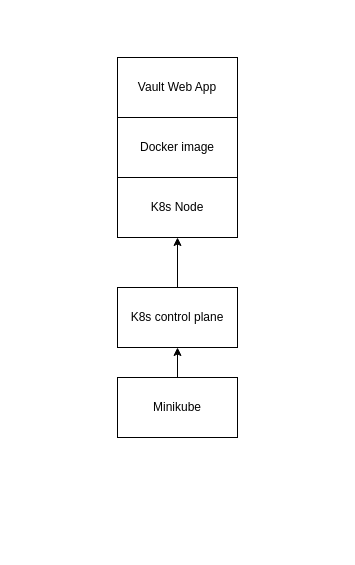
Above: lab1/Диаграмма без названия.drawio in Krylovv/2022_2023-introduction_to_distributed_technologies-k4110c-krylov_a_e (draw.io), before the change. Source tidied: cells renumbered, new cells numbered last; positions are measured from the earlier drawing's top-left corner, leaving out a move shared by most shapes. Both pictures are drawn from the tidied source at 100%, with x=0, y=0 at pixel (117, 57).
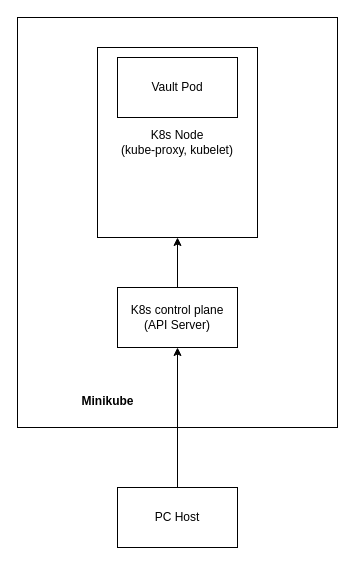
After the change.

Diff of the diagram source:
```diff
@@
 <mxGraphModel>
   <root>
     <mxCell id="0" />
     <mxCell id="1" parent="0" />
-    <mxCell id="2" value="Minikube" style="rounded=0;whiteSpace=wrap;html=1;" parent="1" vertex="1">
-      <mxGeometry y="320" width="120" height="60" as="geometry" />
+    <mxCell id="2" style="rounded=0;whiteSpace=wrap;html=1;" parent="1" vertex="1">
+      <mxGeometry x="-100" y="-40" width="320" height="410" as="geometry" />
     </mxCell>
-    <mxCell id="3" style="endArrow=classic;html=1;rounded=0;exitX=0.5;exitY=0;exitDx=0;exitDy=0;" parent="1" edge="1" source="2" target="4">
-      <mxGeometry relative="1" as="geometry" />
-    </mxCell>
-    <mxCell id="4" value="K8s control plane" style="rounded=0;whiteSpace=wrap;html=1;" parent="1" vertex="1">
+    <mxCell id="4" value="K8s control plane&lt;br&gt;(API Server)" style="rounded=0;whiteSpace=wrap;html=1;" parent="1" vertex="1">
       <mxGeometry y="230" width="120" height="60" as="geometry" />
     </mxCell>
     <mxCell id="5" style="endArrow=classic;html=1;rounded=0;exitX=0.5;exitY=0;exitDx=0;exitDy=0;" parent="1" edge="1" source="4" target="6">
       <mxGeometry relative="1" as="geometry" />
     </mxCell>
-    <mxCell id="6" value="K8s Node" style="rounded=0;whiteSpace=wrap;html=1;" parent="1" vertex="1">
-      <mxGeometry y="120" width="120" height="60" as="geometry" />
+    <mxCell id="6" value="K8s Node&lt;br&gt;(kube-proxy, kubelet)" style="rounded=0;whiteSpace=wrap;html=1;" parent="1" vertex="1">
+      <mxGeometry x="-20" y="-10" width="160" height="190" as="geometry" />
     </mxCell>
-    <mxCell id="7" value="Docker image" style="rounded=0;whiteSpace=wrap;html=1;" parent="1" vertex="1">
-      <mxGeometry y="60" width="120" height="60" as="geometry" />
-    </mxCell>
-    <mxCell id="8" value="Vault Web App" style="rounded=0;whiteSpace=wrap;html=1;" parent="1" vertex="1">
+    <mxCell id="8" value="Vault Pod" style="rounded=0;whiteSpace=wrap;html=1;" parent="1" vertex="1">
       <mxGeometry width="120" height="60" as="geometry" />
     </mxCell>
+    <mxCell id="9" value="PC Host" style="rounded=0;whiteSpace=wrap;html=1;" parent="1" vertex="1">
+      <mxGeometry y="430" width="120" height="60" as="geometry" />
+    </mxCell>
+    <mxCell id="10" style="endArrow=classic;html=1;rounded=0;exitX=0.5;exitY=0;exitDx=0;exitDy=0;entryX=0.5;entryY=1;entryDx=0;entryDy=0;" parent="1" edge="1" source="9" target="4">
+      <mxGeometry relative="1" as="geometry" />
+    </mxCell>
+    <mxCell id="11" value="&lt;font style=&quot;font-size: 12px;&quot;&gt;Minikube&lt;/font&gt;" style="text;strokeColor=none;fillColor=none;html=1;fontSize=24;fontStyle=1;verticalAlign=middle;align=center;" parent="1" vertex="1">
+      <mxGeometry x="-60" y="320" width="100" height="40" as="geometry" />
+    </mxCell>
   </root>
 </mxGraphModel>
```
